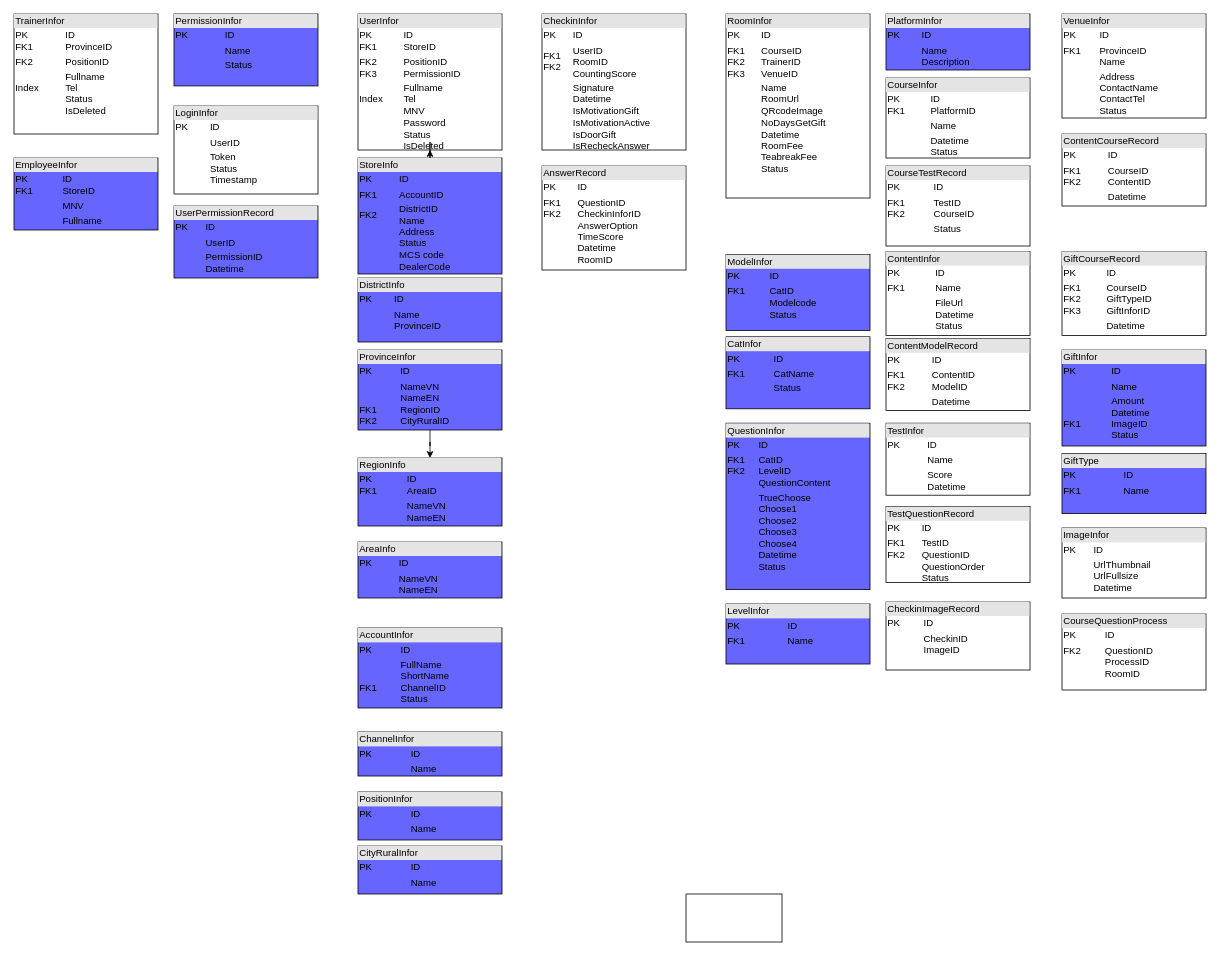
Before: page "Datarelationship" (1 of 4) of DatabaseModeling.v.1.6.8.drawio in trainerminhtran/checkinapp, a draw.io diagram. Source tidied: cells renumbered, new cells numbered last; positions are measured from the earlier drawing's top-left corner, leaving out a move shared by most shapes. Both pictures are drawn from the tidied source at 80%, with x=0, y=0 at pixel (14, 14).
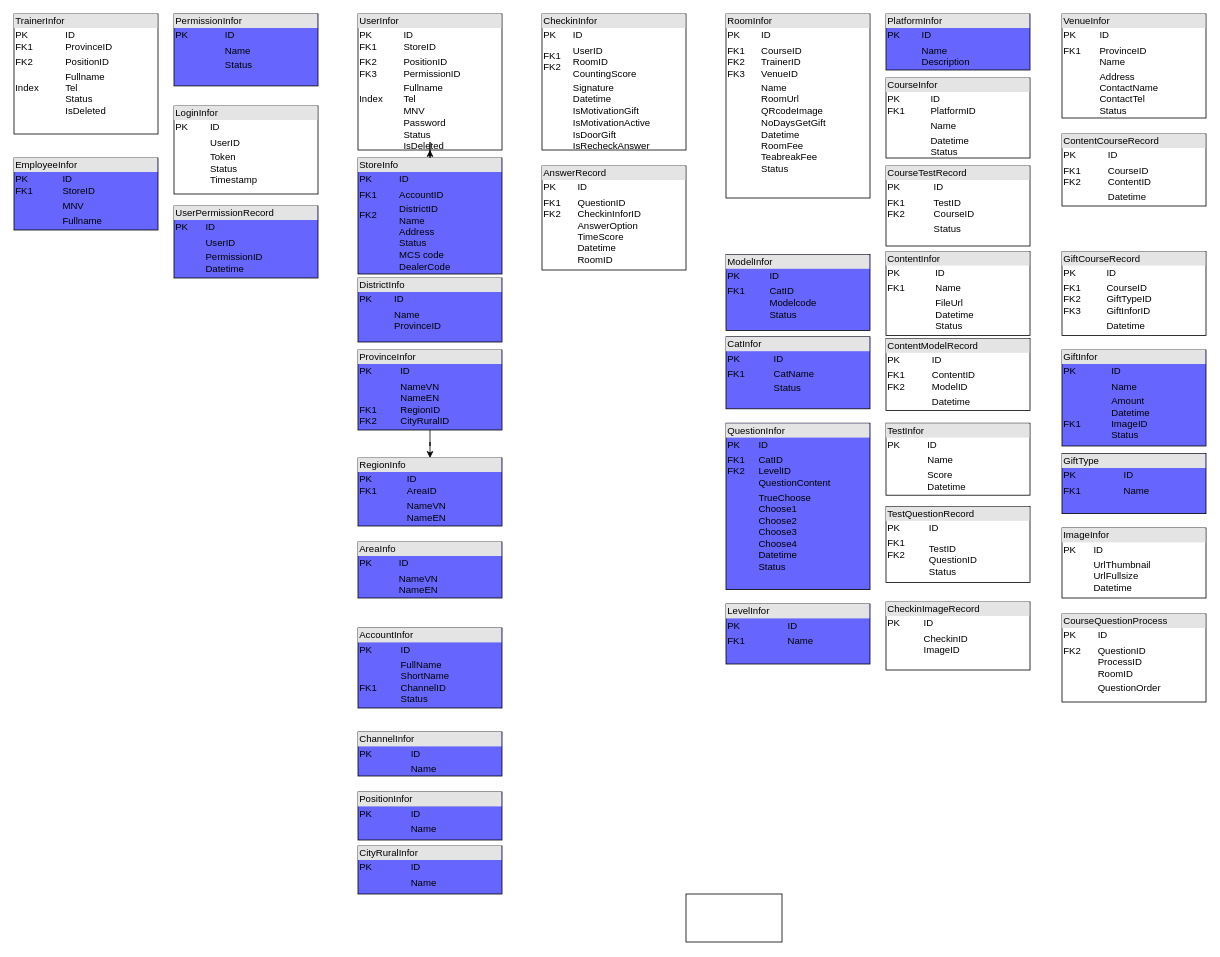
After the change.

The edit, as a diff of the source:
```diff
@@
-    <mxCell id="29" value="&lt;div style=&quot;box-sizing: border-box ; width: 100% ; background: #e4e4e4 ; padding: 2px&quot;&gt;TestQuestionRecord&lt;/div&gt;&lt;table style=&quot;width: 100% ; font-size: 1em&quot; cellpadding=&quot;2&quot; cellspacing=&quot;0&quot;&gt;&lt;tbody&gt;&lt;tr&gt;&lt;td&gt;PK&lt;/td&gt;&lt;td&gt;ID&lt;/td&gt;&lt;/tr&gt;&lt;tr&gt;&lt;td&gt;FK1&lt;br&gt;FK2&lt;br&gt;&lt;br&gt;&lt;br&gt;&lt;/td&gt;&lt;td&gt;TestID&lt;br&gt;QuestionID&lt;br&gt;QuestionOrder&lt;br&gt;Status&lt;/td&gt;&lt;/tr&gt;&lt;tr&gt;&lt;td&gt;&lt;/td&gt;&lt;td&gt;&lt;br&gt;&lt;/td&gt;&lt;/tr&gt;&lt;/tbody&gt;&lt;/table&gt;" style="verticalAlign=top;align=left;overflow=fill;html=1;" parent="1" vertex="1">
+    <mxCell id="29" value="&lt;div style=&quot;box-sizing: border-box ; width: 100% ; background: #e4e4e4 ; padding: 2px&quot;&gt;TestQuestionRecord&lt;/div&gt;&lt;table style=&quot;width: 100% ; font-size: 1em&quot; cellpadding=&quot;2&quot; cellspacing=&quot;0&quot;&gt;&lt;tbody&gt;&lt;tr&gt;&lt;td&gt;PK&lt;/td&gt;&lt;td&gt;ID&lt;/td&gt;&lt;/tr&gt;&lt;tr&gt;&lt;td&gt;FK1&lt;br&gt;FK2&lt;br&gt;&lt;br&gt;&lt;br&gt;&lt;/td&gt;&lt;td&gt;TestID&lt;br&gt;QuestionID&lt;br&gt;Status&lt;/td&gt;&lt;/tr&gt;&lt;tr&gt;&lt;td&gt;&lt;/td&gt;&lt;td&gt;&lt;br&gt;&lt;/td&gt;&lt;/tr&gt;&lt;/tbody&gt;&lt;/table&gt;" style="verticalAlign=top;align=left;overflow=fill;html=1;" parent="1" vertex="1">
       <mxGeometry x="1090" y="615.5" width="180" height="95" as="geometry" />
     </mxCell>
@@
-    <mxCell id="42" value="&lt;div style=&quot;box-sizing: border-box ; width: 100% ; background: #e4e4e4 ; padding: 2px&quot;&gt;CourseQuestionProcess&lt;/div&gt;&lt;table style=&quot;width: 100% ; font-size: 1em&quot; cellpadding=&quot;2&quot; cellspacing=&quot;0&quot;&gt;&lt;tbody&gt;&lt;tr&gt;&lt;td&gt;PK&lt;/td&gt;&lt;td&gt;ID&lt;/td&gt;&lt;/tr&gt;&lt;tr&gt;&lt;td&gt;FK2&lt;br&gt;&lt;br&gt;&lt;br&gt;&lt;/td&gt;&lt;td&gt;QuestionID&lt;br&gt;ProcessID&lt;br&gt;RoomID&lt;/td&gt;&lt;/tr&gt;&lt;tr&gt;&lt;td&gt;&lt;/td&gt;&lt;td&gt;&lt;br&gt;&lt;/td&gt;&lt;/tr&gt;&lt;/tbody&gt;&lt;/table&gt;" style="verticalAlign=top;align=left;overflow=fill;html=1;" parent="1" vertex="1">
-      <mxGeometry x="1310" y="750" width="180" height="95" as="geometry" />
+    <mxCell id="42" value="&lt;div style=&quot;box-sizing: border-box ; width: 100% ; background: #e4e4e4 ; padding: 2px&quot;&gt;CourseQuestionProcess&lt;/div&gt;&lt;table style=&quot;width: 100% ; font-size: 1em&quot; cellpadding=&quot;2&quot; cellspacing=&quot;0&quot;&gt;&lt;tbody&gt;&lt;tr&gt;&lt;td&gt;PK&lt;/td&gt;&lt;td&gt;ID&lt;/td&gt;&lt;/tr&gt;&lt;tr&gt;&lt;td&gt;FK2&lt;br&gt;&lt;br&gt;&lt;br&gt;&lt;/td&gt;&lt;td&gt;QuestionID&lt;br&gt;ProcessID&lt;br&gt;RoomID&lt;/td&gt;&lt;/tr&gt;&lt;tr&gt;&lt;td&gt;&lt;/td&gt;&lt;td&gt;QuestionOrder&lt;br&gt;&lt;/td&gt;&lt;/tr&gt;&lt;/tbody&gt;&lt;/table&gt;" style="verticalAlign=top;align=left;overflow=fill;html=1;" parent="1" vertex="1">
+      <mxGeometry x="1310" y="750" width="180" height="110" as="geometry" />
     </mxCell>
```
